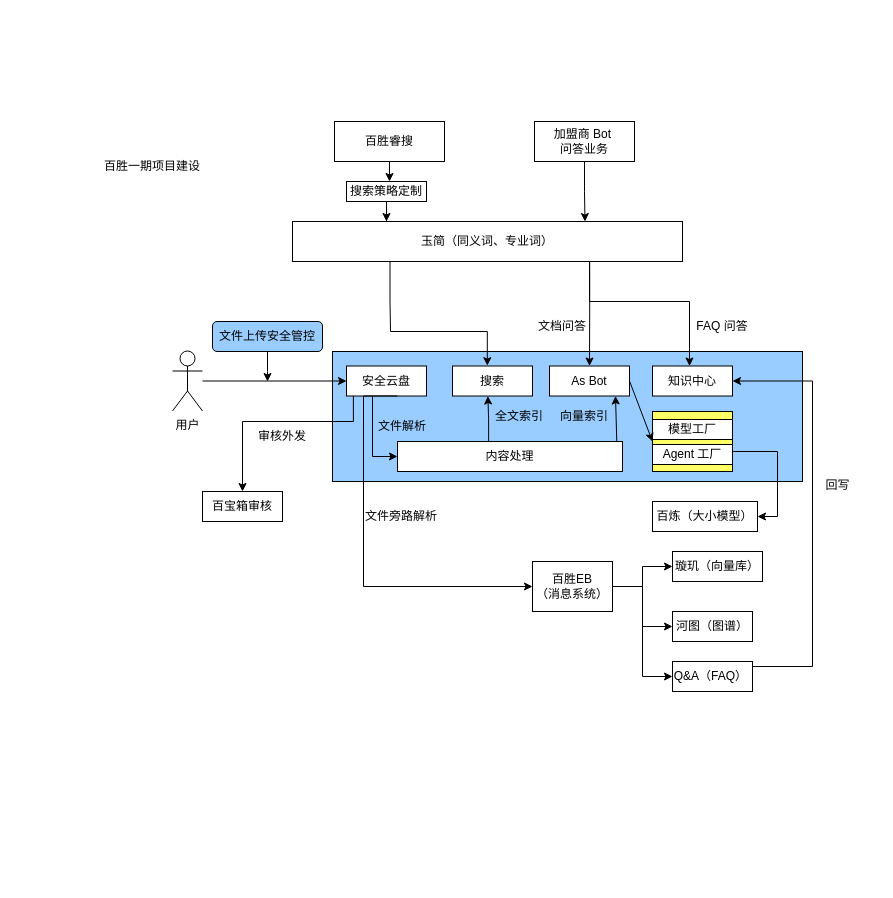
This is 百胜一期项目建设情况.drawio from redpoppet/drawio_hub, a draw.io file, before an edit. Source tidied: cells renumbered, new cells numbered last; positions are measured from the earlier drawing's top-left corner, leaving out a move shared by most shapes. Both pictures are drawn from the tidied source at 100%, with x=0, y=0 at pixel (92, 121).
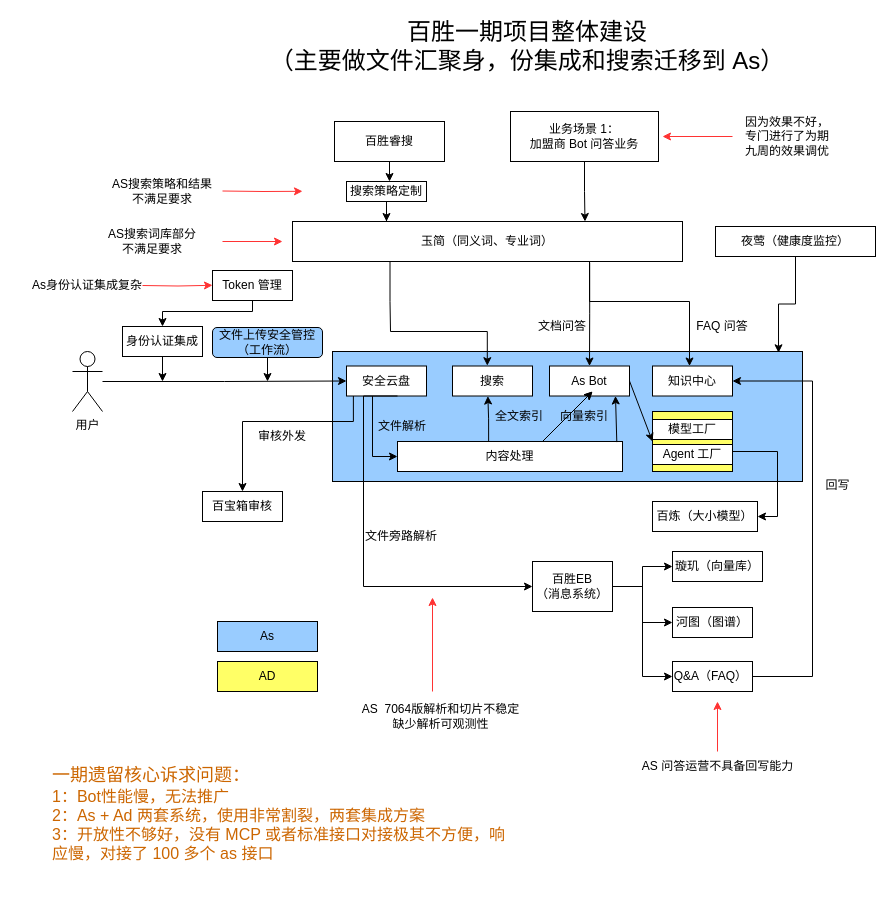
After the change.

Commit message:
更新百胜一期项目建设情况.drawio

The change refers to these unchanged cells:
```xml
<mxCell id="2" style="rounded=0;whiteSpace=wrap;html=1;shadow=0;fillColor=#99CCFF;" parent="1" vertex="1">
  <mxGeometry x="240" y="230" width="470" height="130" as="geometry" />
</mxCell>
<mxCell id="15" value="Q&amp;amp;A（FAQ）&amp;nbsp;" style="rounded=0;whiteSpace=wrap;html=1;" parent="1" vertex="1">
  <mxGeometry x="580" y="540" width="80" height="30" as="geometry" />
</mxCell>
<mxCell id="32" value="知识中心" style="rounded=0;whiteSpace=wrap;html=1;" parent="1" vertex="1">
  <mxGeometry x="560" y="244.5" width="80" height="30" as="geometry" />
</mxCell>
```

The edit, as a diff of the source:
```diff
@@
-    <mxCell id="7" value="加盟商 Bot&amp;nbsp;&lt;div&gt;问答业务&lt;/div&gt;" style="rounded=0;whiteSpace=wrap;html=1;" parent="1" vertex="1">
-      <mxGeometry x="442" width="100" height="40" as="geometry" />
+    <mxCell id="7" value="业务场景 1：&lt;div&gt;加盟商 Bot&amp;nbsp;&lt;span style=&quot;background-color: transparent; color: light-dark(rgb(0, 0, 0), rgb(255, 255, 255));&quot;&gt;问答业务&lt;/span&gt;&lt;/div&gt;" style="rounded=0;whiteSpace=wrap;html=1;" parent="1" vertex="1">
+      <mxGeometry x="418" y="-10" width="148" height="50" as="geometry" />
     </mxCell>
@@
     <mxCell id="13" value="河图（图谱）" style="rounded=0;whiteSpace=wrap;html=1;" parent="1" vertex="1">
-      <mxGeometry x="580" y="490" width="80" height="30" as="geometry" />
+      <mxGeometry x="580" y="486" width="80" height="30" as="geometry" />
     </mxCell>
     <mxCell id="14" style="edgeStyle=orthogonalEdgeStyle;rounded=0;jettySize=auto;html=1;entryX=1;entryY=0.5;entryDx=0;entryDy=0;exitX=1;exitY=0.5;exitDx=0;exitDy=0;" parent="1" edge="1" source="15" target="32">
       <mxGeometry relative="1" as="geometry">
         <Array as="points">
-          <mxPoint x="720" y="545" />
-          <mxPoint x="720" y="259" />
+          <mxPoint x="720" y="555" />
+          <mxPoint x="720" y="260" />
         </Array>
       </mxGeometry>
     </mxCell>
@@
     <mxCell id="22" value="用户" style="shape=umlActor;verticalLabelPosition=bottom;verticalAlign=top;html=1;outlineConnect=0;" parent="1" vertex="1">
-      <mxGeometry x="80" y="229.5" width="30" height="60" as="geometry" />
+      <mxGeometry x="-20" y="230" width="30" height="60" as="geometry" />
     </mxCell>
@@
     <mxCell id="34" value="文件旁路解析" style="text;html=1;whiteSpace=wrap;strokeColor=none;fillColor=none;align=center;verticalAlign=middle;rounded=0;" parent="1" vertex="1">
-      <mxGeometry x="266" y="380" width="86" height="30" as="geometry" />
+      <mxGeometry x="266" y="400" width="86" height="30" as="geometry" />
     </mxCell>
@@
-    <mxCell id="40" value="百胜一期项目建设" style="text;html=1;whiteSpace=wrap;strokeColor=none;fillColor=none;align=center;verticalAlign=middle;rounded=0;" parent="1" vertex="1">
-      <mxGeometry y="30" width="120" height="30" as="geometry" />
+    <mxCell id="40" value="&lt;font style=&quot;font-size: 24px;&quot;&gt;百胜一期项目整体建设&lt;/font&gt;&lt;div&gt;&lt;font style=&quot;font-size: 24px;&quot;&gt;（主要做文件汇聚身，份集成和搜索迁移到 As）&lt;/font&gt;&lt;/div&gt;" style="text;html=1;whiteSpace=wrap;strokeColor=none;fillColor=none;align=center;verticalAlign=middle;rounded=0;" parent="1" vertex="1">
+      <mxGeometry x="170" y="-90" width="530" height="30" as="geometry" />
     </mxCell>
@@
-    <mxCell id="44" value="文件上传安全管控" style="rounded=1;whiteSpace=wrap;html=1;fillColor=#99CCFF;" parent="1" vertex="1">
-      <mxGeometry x="120" y="200" width="110" height="30" as="geometry" />
+    <mxCell id="44" value="文件上传安全管控（工作流）" style="rounded=1;whiteSpace=wrap;html=1;fillColor=#99CCFF;" parent="1" vertex="1">
+      <mxGeometry x="120" y="206" width="110" height="30" as="geometry" />
     </mxCell>
@@
+    <mxCell id="51" value="As" style="rounded=0;whiteSpace=wrap;html=1;shadow=0;fillColor=#99CCFF;" parent="1" vertex="1">
+      <mxGeometry x="125" y="500" width="100" height="30" as="geometry" />
+    </mxCell>
+    <mxCell id="52" value="AD" style="rounded=0;whiteSpace=wrap;html=1;fillColor=#FFFF66;" parent="1" vertex="1">
+      <mxGeometry x="125" y="540" width="100" height="30" as="geometry" />
+    </mxCell>
+    <mxCell id="53" style="edgeStyle=orthogonalEdgeStyle;rounded=0;orthogonalLoop=1;jettySize=auto;html=1;exitX=1;exitY=0.75;exitDx=0;exitDy=0;fillColor=#FF3333;strokeColor=#FF3333;" parent="1" edge="1">
+      <mxGeometry relative="1" as="geometry">
+        <mxPoint x="130" y="69.5" as="sourcePoint" />
+        <mxPoint x="210" y="69.8" as="targetPoint" />
+      </mxGeometry>
+    </mxCell>
+    <mxCell id="54" value="AS搜索策略和结果&lt;div&gt;不满足要求&lt;/div&gt;" style="text;html=1;whiteSpace=wrap;strokeColor=none;fillColor=none;align=center;verticalAlign=middle;rounded=0;" parent="1" vertex="1">
+      <mxGeometry y="55" width="140" height="30" as="geometry" />
+    </mxCell>
+    <mxCell id="55" style="endArrow=classic;html=1;rounded=0;" parent="1" edge="1">
+      <mxGeometry relative="1" as="geometry">
+        <mxPoint x="450" y="320" as="sourcePoint" />
+        <mxPoint x="500" y="270" as="targetPoint" />
+      </mxGeometry>
+    </mxCell>
+    <mxCell id="56" value="AS搜索词库部分&lt;div&gt;不满足要求&lt;/div&gt;" style="text;html=1;whiteSpace=wrap;strokeColor=none;fillColor=none;align=center;verticalAlign=middle;rounded=0;" parent="1" vertex="1">
+      <mxGeometry x="-10" y="105" width="140" height="30" as="geometry" />
+    </mxCell>
+    <mxCell id="57" style="endArrow=classic;html=1;rounded=0;" parent="1" edge="1">
+      <mxGeometry relative="1" as="geometry">
+        <mxPoint x="450" y="320" as="sourcePoint" />
+        <mxPoint x="500" y="270" as="targetPoint" />
+      </mxGeometry>
+    </mxCell>
+    <mxCell id="58" style="endArrow=classic;html=1;rounded=0;exitX=1;exitY=0.5;exitDx=0;exitDy=0;strokeColor=#FF3333;" parent="1" edge="1" source="56">
+      <mxGeometry relative="1" as="geometry">
+        <mxPoint x="190" y="120" as="targetPoint" />
+      </mxGeometry>
+    </mxCell>
+    <mxCell id="59" value="AS 问答运营不具备回写能力" style="text;html=1;whiteSpace=wrap;strokeColor=none;fillColor=none;align=center;verticalAlign=middle;rounded=0;" parent="1" vertex="1">
+      <mxGeometry x="542.5" y="630" width="165" height="30" as="geometry" />
+    </mxCell>
+    <mxCell id="60" style="endArrow=classic;html=1;rounded=0;exitX=0.5;exitY=0;exitDx=0;exitDy=0;strokeColor=#FF3333;" parent="1" edge="1" source="59">
+      <mxGeometry relative="1" as="geometry">
+        <mxPoint x="625" y="580" as="targetPoint" />
+      </mxGeometry>
+    </mxCell>
+    <mxCell id="61" value="AS&amp;nbsp; 7064版解析和切片不稳定&lt;div&gt;缺少解析可观测性&lt;/div&gt;" style="text;html=1;whiteSpace=wrap;strokeColor=none;fillColor=none;align=center;verticalAlign=middle;rounded=0;" parent="1" vertex="1">
+      <mxGeometry x="266" y="580" width="165" height="30" as="geometry" />
+    </mxCell>
+    <mxCell id="62" style="endArrow=classic;html=1;rounded=0;strokeColor=#FF3333;" parent="1" edge="1">
+      <mxGeometry relative="1" as="geometry">
+        <mxPoint x="340" y="570" as="sourcePoint" />
+        <mxPoint x="340" y="476" as="targetPoint" />
+      </mxGeometry>
+    </mxCell>
+    <mxCell id="63" style="edgeStyle=orthogonalEdgeStyle;rounded=0;jettySize=auto;html=1;strokeColor=#FF3333;" parent="1" edge="1" source="64">
+      <mxGeometry relative="1" as="geometry">
+        <mxPoint x="570" y="15" as="targetPoint" />
+      </mxGeometry>
+    </mxCell>
+    <mxCell id="64" value="因为效果不好，&lt;div&gt;专门进行了为期&lt;div&gt;九周的效果调优&lt;/div&gt;&lt;/div&gt;" style="text;html=1;whiteSpace=wrap;strokeColor=none;fillColor=none;align=center;verticalAlign=middle;rounded=0;" parent="1" vertex="1">
+      <mxGeometry x="640" width="110" height="30" as="geometry" />
+    </mxCell>
+    <mxCell id="65" value="&lt;font style=&quot;color: rgb(204, 102, 0); font-size: 18px;&quot;&gt;一期遗留核心诉求问题：&lt;/font&gt;&lt;div&gt;&lt;font style=&quot;color: rgb(204, 102, 0);&quot; size=&quot;3&quot;&gt;1：Bot性能慢，无法推广&lt;br&gt;&lt;/font&gt;&lt;div&gt;&lt;font style=&quot;color: rgb(204, 102, 0);&quot; size=&quot;3&quot;&gt;2：As + Ad 两套系统，使用非常割裂，两套集成方案&lt;/font&gt;&lt;/div&gt;&lt;/div&gt;&lt;div&gt;&lt;font style=&quot;color: rgb(204, 102, 0);&quot; size=&quot;3&quot;&gt;3：开放性不够好，没有 MCP 或者标准接口对接极其不方便，响应慢，对接了 100 多个 as 接口&lt;/font&gt;&lt;/div&gt;&lt;div&gt;&lt;br&gt;&lt;/div&gt;" style="text;html=1;whiteSpace=wrap;strokeColor=none;fillColor=none;align=left;verticalAlign=middle;rounded=0;" parent="1" vertex="1">
+      <mxGeometry x="-42" y="640" width="460" height="120" as="geometry" />
+    </mxCell>
+    <mxCell id="66" style="edgeStyle=orthogonalEdgeStyle;rounded=0;jettySize=auto;html=1;" parent="1" edge="1" source="67">
+      <mxGeometry relative="1" as="geometry">
+        <mxPoint x="70" y="260" as="targetPoint" />
+      </mxGeometry>
+    </mxCell>
+    <mxCell id="67" value="身份认证集成" style="rounded=0;whiteSpace=wrap;html=1;" parent="1" vertex="1">
+      <mxGeometry x="30" y="205" width="80" height="30" as="geometry" />
+    </mxCell>
+    <mxCell id="68" style="edgeStyle=orthogonalEdgeStyle;rounded=0;jettySize=auto;html=1;entryX=0.5;entryY=0;entryDx=0;entryDy=0;" parent="1" edge="1" source="69" target="67">
+      <mxGeometry relative="1" as="geometry">
+        <Array as="points">
+          <mxPoint x="160" y="190" />
+          <mxPoint x="70" y="190" />
+        </Array>
+      </mxGeometry>
+    </mxCell>
+    <mxCell id="69" value="Token 管理" style="rounded=0;whiteSpace=wrap;html=1;" parent="1" vertex="1">
+      <mxGeometry x="120" y="149" width="80" height="30" as="geometry" />
+    </mxCell>
+    <mxCell id="70" value="As身份认证集成复杂" style="text;html=1;whiteSpace=wrap;strokeColor=none;fillColor=none;align=center;verticalAlign=middle;rounded=0;" parent="1" vertex="1">
+      <mxGeometry x="-75" y="149" width="140" height="30" as="geometry" />
+    </mxCell>
+    <mxCell id="71" style="edgeStyle=orthogonalEdgeStyle;rounded=0;orthogonalLoop=1;jettySize=auto;html=1;fillColor=#FF3333;strokeColor=#FF3333;" parent="1" edge="1">
+      <mxGeometry relative="1" as="geometry">
+        <mxPoint x="50" y="164" as="sourcePoint" />
+        <mxPoint x="120" y="163.8" as="targetPoint" />
+      </mxGeometry>
+    </mxCell>
+    <mxCell id="72" value="夜莺（健康度监控）" style="rounded=0;whiteSpace=wrap;html=1;" parent="1" vertex="1">
+      <mxGeometry x="623" y="105" width="160" height="30" as="geometry" />
+    </mxCell>
+    <mxCell id="73" style="edgeStyle=orthogonalEdgeStyle;rounded=0;jettySize=auto;html=1;entryX=0.949;entryY=0.01;entryDx=0;entryDy=0;entryPerimeter=0;" parent="1" edge="1" source="72" target="2">
+      <mxGeometry relative="1" as="geometry" />
+    </mxCell>
```
